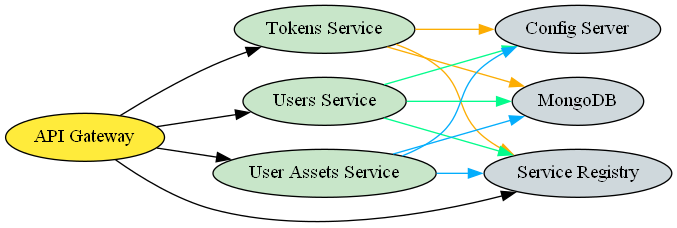
Above: src/backend/docs/services_graph.png in nicolacimmino/FrameworksTesting (Graphviz), before the change. Its source is kept beside it as src/backend/docs/services_graph.dot.
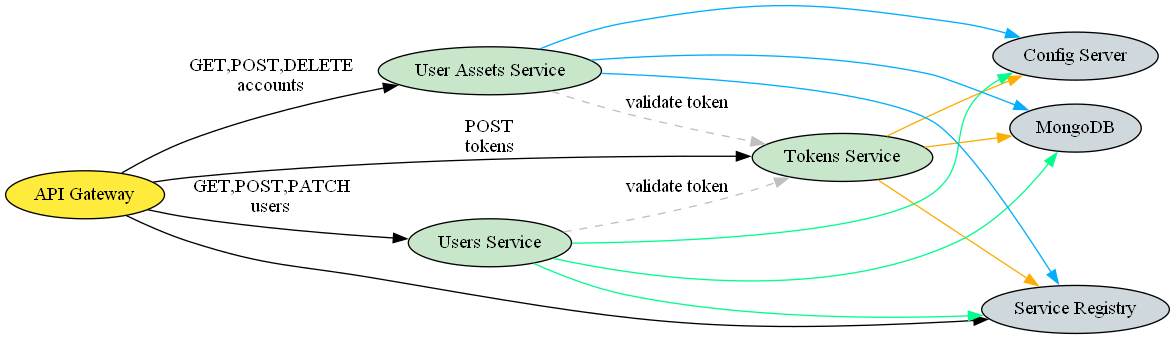
Above is the later version.

Change to the diagram source:
```diff
@@ -15,12 +15,11 @@
     service_registry[label="Service Registry"];
 
   subgraph edge_services {
-      api_gateway -> {
-        tokens
-        users
-        user_assets
-        service_registry
-      }
+      api_gateway -> tokens [label="POST\ntokens"]
+      api_gateway -> users [label="GET,POST,PATCH\nusers"]
+      api_gateway -> user_assets [label="GET,POST,DELETE\naccounts"]
+
+      api_gateway -> service_registry
   }
 
   subgraph public_services {
@@ -42,4 +41,9 @@
         service_registry
       }  [color="#03adfc"]
   }
+
+  subgraph inter_service {
+    user_assets -> tokens [style=dashed, color=grey, label="validate token"]
+    users -> tokens [style=dashed, color=grey, label="validate token"]
+  }
 }
```
